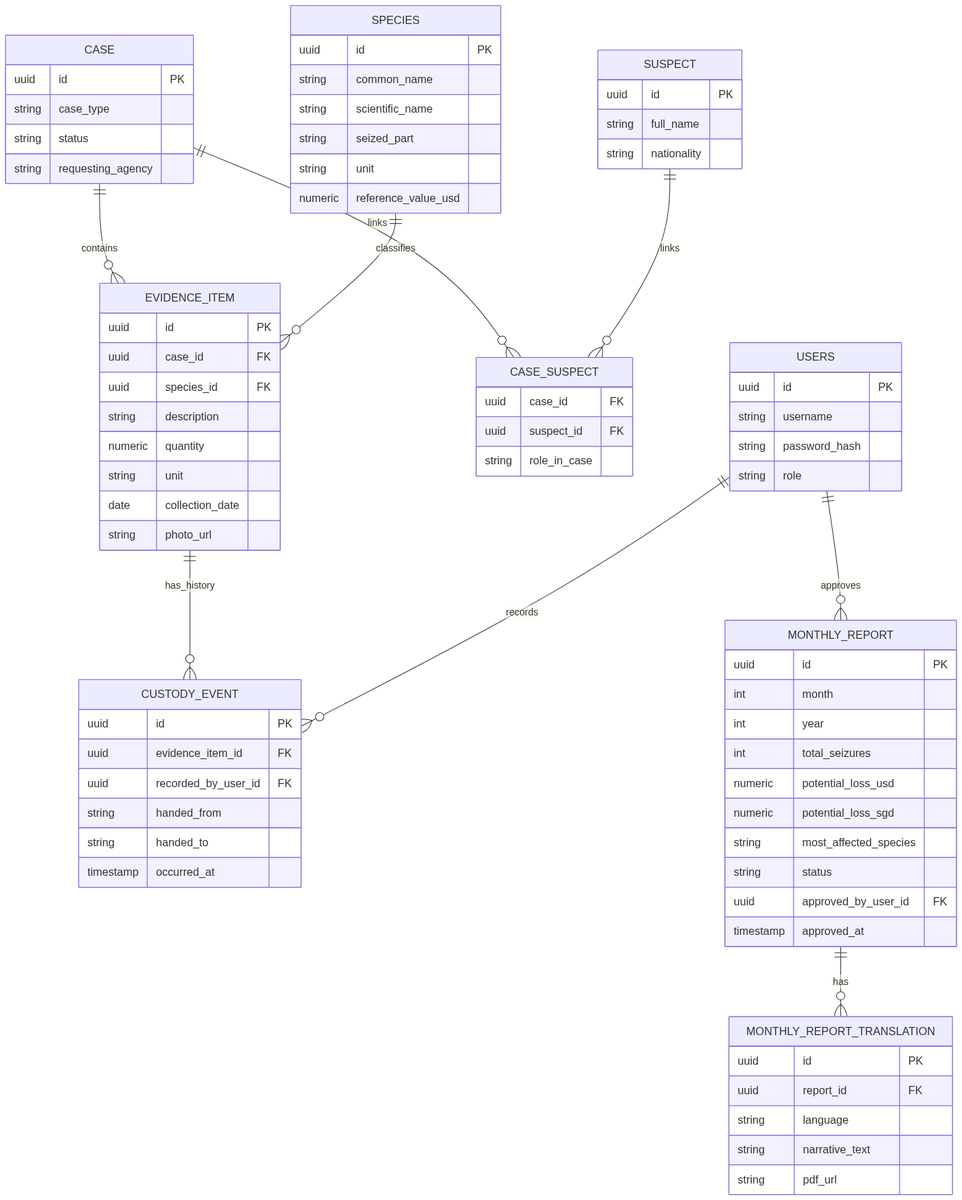
andrezg87/wildlife-evidence-registry keeps this Mermaid diagram as erd.png. Above is the earlier version. Its source is kept beside it as erd.mmd. Its diagram source:
```mermaid
erDiagram
  CASE ||--o{ EVIDENCE_ITEM : contains
  SPECIES ||--o{ EVIDENCE_ITEM : classifies
  CASE ||--o{ CASE_SUSPECT : links
  SUSPECT ||--o{ CASE_SUSPECT : links
  EVIDENCE_ITEM ||--o{ CUSTODY_EVENT : has_history
  USERS ||--o{ CUSTODY_EVENT : records
  USERS ||--o{ MONTHLY_REPORT : approves
  MONTHLY_REPORT ||--o{ MONTHLY_REPORT_TRANSLATION : has

  USERS {
    uuid id PK
    string username
    string password_hash
    string role
  }
  CASE {
    uuid id PK
    string case_type
    string status
    string requesting_agency
  }
  SPECIES {
    uuid id PK
    string common_name
    string scientific_name
    string seized_part
    string unit
    numeric reference_value_usd
  }
  EVIDENCE_ITEM {
    uuid id PK
    uuid case_id FK
    uuid species_id FK
    string description
    numeric quantity
    string unit
    date collection_date
    string photo_url
  }
  SUSPECT {
    uuid id PK
    string full_name
    string nationality
  }
  CASE_SUSPECT {
    uuid case_id FK
    uuid suspect_id FK
    string role_in_case
  }
  CUSTODY_EVENT {
    uuid id PK
    uuid evidence_item_id FK
    uuid recorded_by_user_id FK
    string handed_from
    string handed_to
    timestamp occurred_at
  }
  MONTHLY_REPORT {
    uuid id PK
    int month
    int year
    int total_seizures
    numeric potential_loss_usd
    numeric potential_loss_sgd
    string most_affected_species
    string status
    uuid approved_by_user_id FK
    timestamp approved_at
  }
  MONTHLY_REPORT_TRANSLATION {
    uuid id PK
    uuid report_id FK
    string language
    string narrative_text
    string pdf_url
  }
```
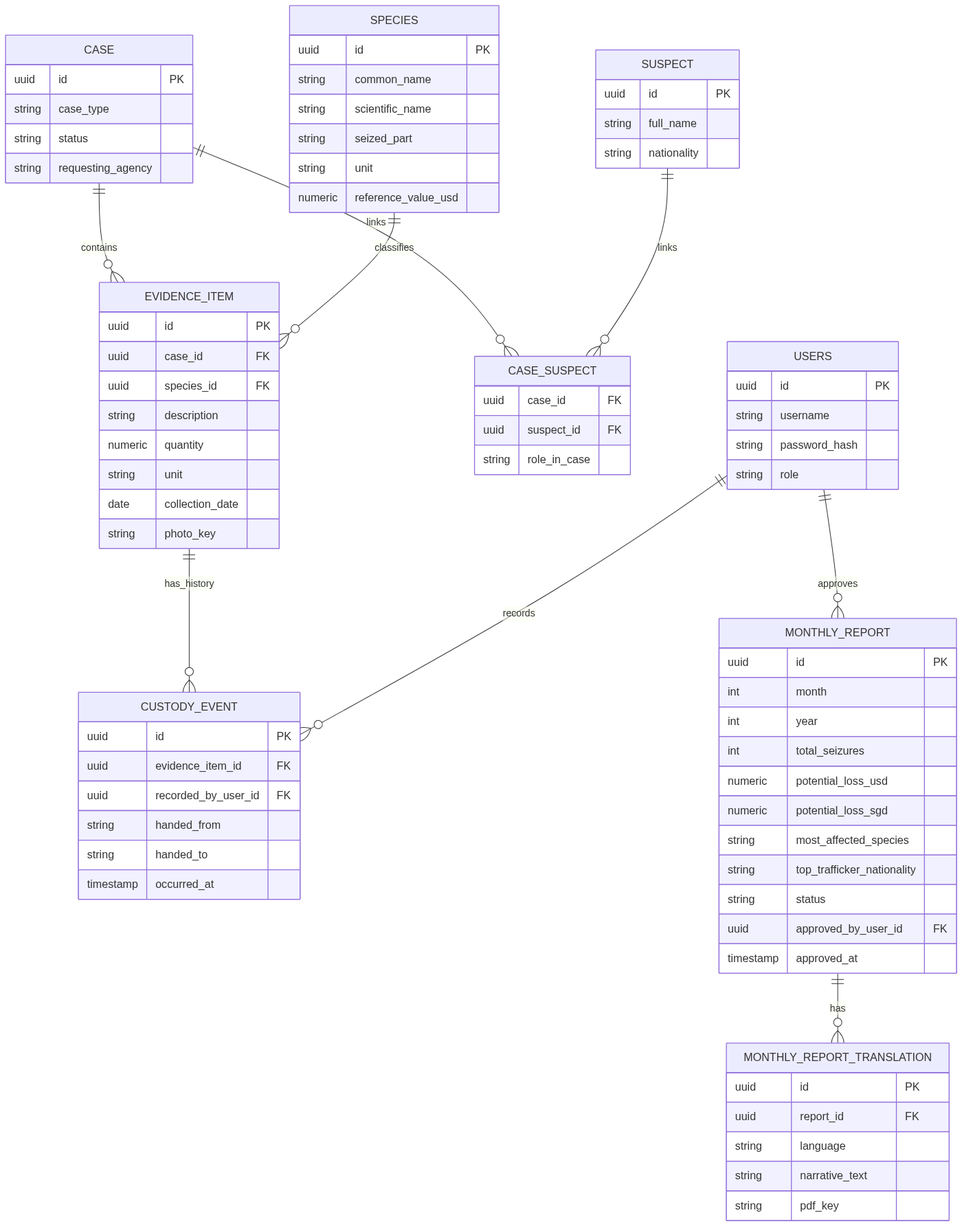
Above is the later version.

What changed in the source:
```diff
@@ -36,7 +36,7 @@
     numeric quantity
     string unit
     date collection_date
-    string photo_url
+    string photo_key
   }
   SUSPECT {
     uuid id PK
@@ -64,6 +64,7 @@
     numeric potential_loss_usd
     numeric potential_loss_sgd
     string most_affected_species
+    string top_trafficker_nationality
     string status
     uuid approved_by_user_id FK
     timestamp approved_at
@@ -73,5 +74,5 @@
     uuid report_id FK
     string language
     string narrative_text
-    string pdf_url
+    string pdf_key
   }
```
